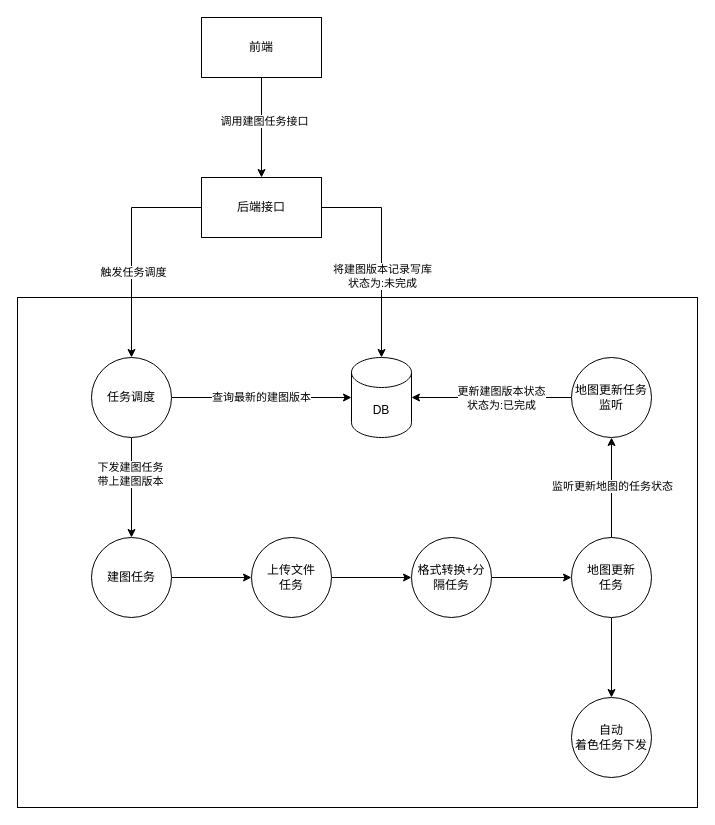
wangyufei0807/draw keeps this draw.io diagram as 建图版本控制流程.drawio. Above is the earlier version. Source tidied: cells renumbered, new cells numbered last; positions are measured from the earlier drawing's top-left corner, leaving out a move shared by most shapes. Both pictures are drawn from the tidied source at 100%, with x=0, y=0 at pixel (17, 17).
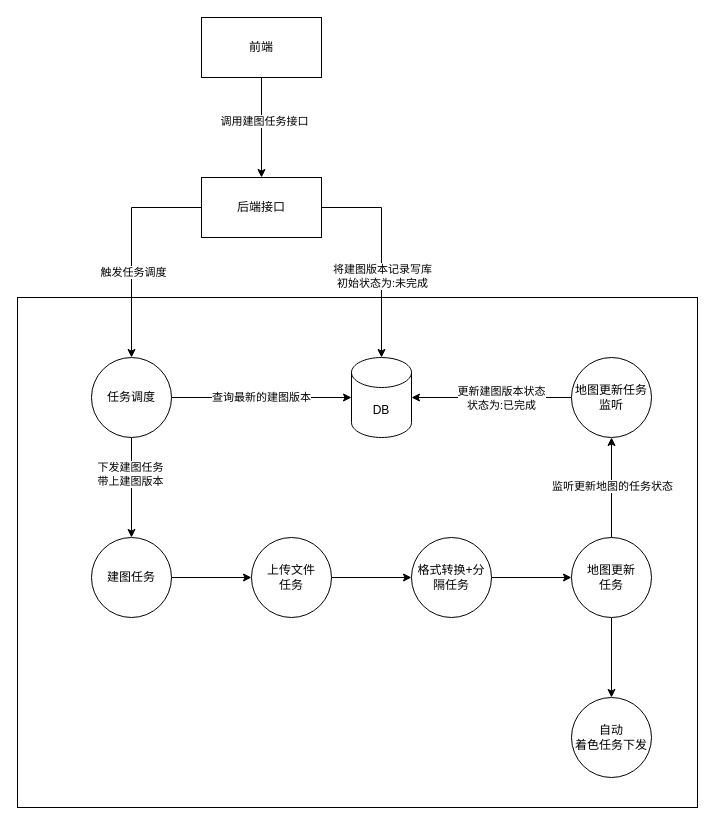
The same diagram, later.

Commit message:
Update 建图版本控制流程.drawio

Unchanged cells that the change refers to:
```xml
<mxCell id="27" style="edgeStyle=orthogonalEdgeStyle;rounded=0;jettySize=auto;html=1;entryX=0.5;entryY=0;entryDx=0;entryDy=0;entryPerimeter=0;" parent="1" edge="1" source="29" target="17">
  <mxGeometry relative="1" as="geometry">
    <Array as="points">
      <mxPoint x="364" y="190" />
    </Array>
  </mxGeometry>
</mxCell>
```

Diff of the diagram source:
```diff
@@
-    <mxCell id="28" value="将建图版本记录写库&lt;br&gt;状态为:未完成" style="edgeLabel;html=1;align=center;verticalAlign=middle;" parent="27" vertex="1">
+    <mxCell id="28" value="将建图版本记录写库&lt;br&gt;初始状态为:未完成" style="edgeLabel;html=1;align=center;verticalAlign=middle;" parent="27" vertex="1">
       <mxGeometry x="0.22" relative="1" as="geometry" />
     </mxCell>
```
